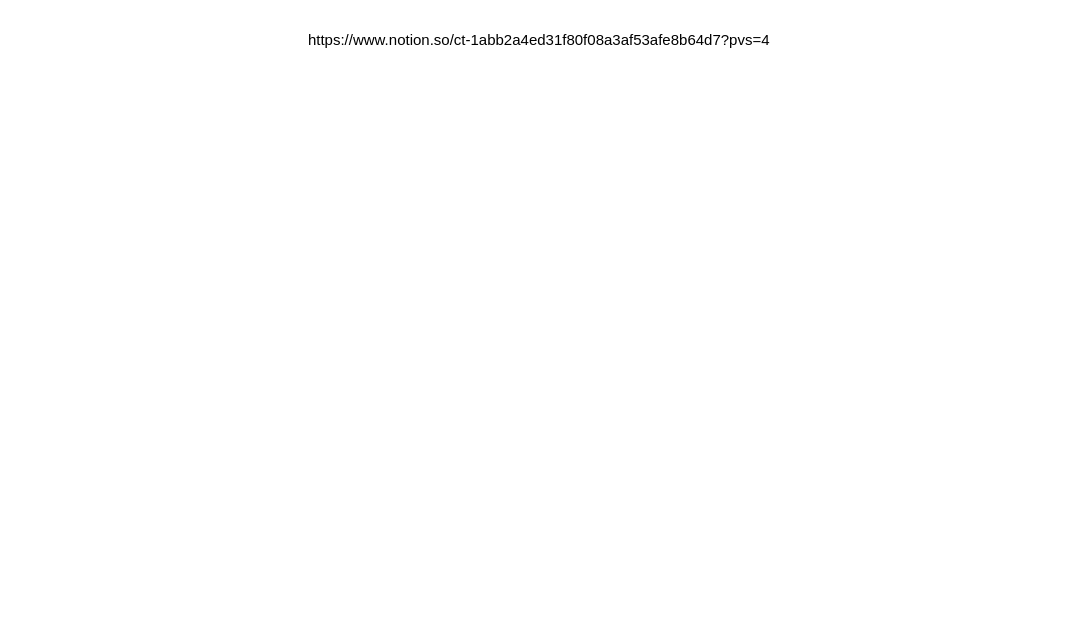
Before: bai_lam.drawio in zalexdevon/plant_disease_classifier_new, a draw.io diagram. Source tidied: cells renumbered, new cells numbered last; positions are measured from the earlier drawing's top-left corner, leaving out a move shared by most shapes. Both pictures are drawn from the tidied source at 125%, with x=0, y=0 at pixel (21, 21).
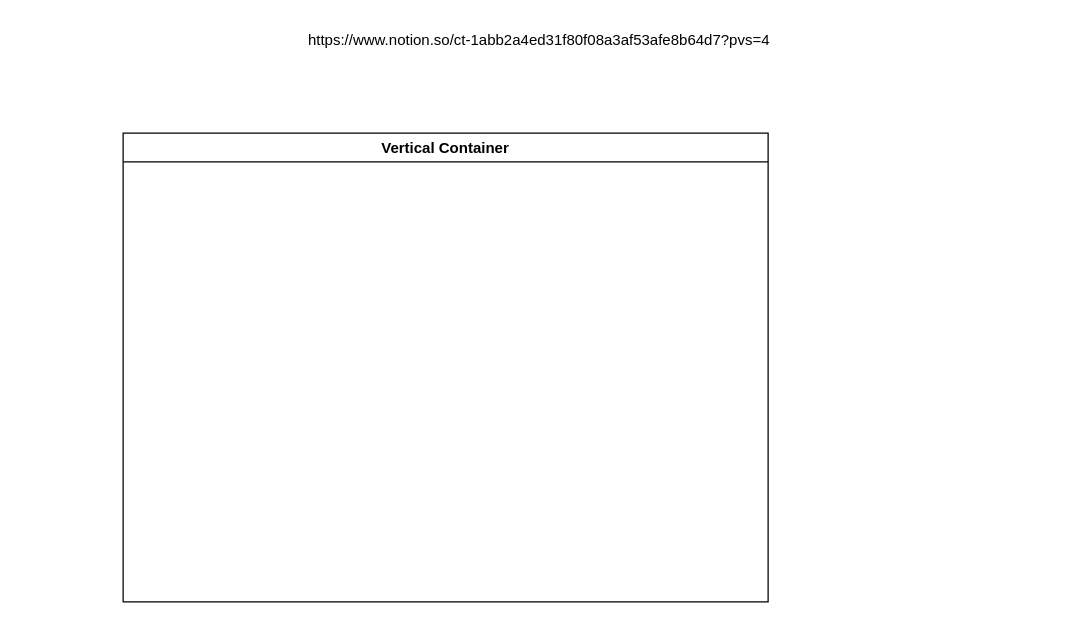
Above is the later version.

What changed in the source:
```diff
@@
 <mxGraphModel>
   <root>
     <mxCell id="0" />
     <mxCell id="1" parent="0" />
     <mxCell id="2" value="https://www.notion.so/ct-1abb2a4ed31f80f08a3af53afe8b64d7?pvs=4" style="text;html=1;align=center;verticalAlign=middle;whiteSpace=wrap;rounded=0;" parent="1" vertex="1">
       <mxGeometry width="828" height="30" as="geometry" />
     </mxCell>
+    <mxCell id="3" value="Vertical Container" style="swimlane;whiteSpace=wrap;html=1;" parent="1" vertex="1">
+      <mxGeometry x="81" y="89" width="516" height="375" as="geometry" />
+    </mxCell>
   </root>
 </mxGraphModel>
```
